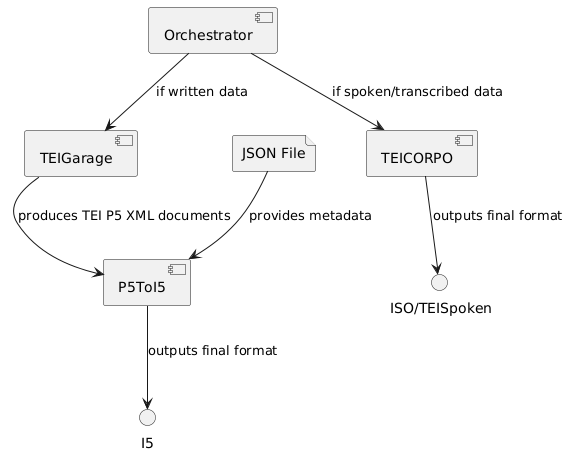
The PlantUML diagram images/Grafik_UML.png in TEIWrLD/TEIWorLD, before a commit. The source it was exported from:
```plantuml
@startuml
!define componentStyle rect

component "Orchestrator" as Orchestrator
component "TEIGarage" as TEIGarage
component "P5ToI5" as P5ToI5
component "TEICORPO" as TEICORPO
file "JSON File" as Metadata

Orchestrator --> TEIGarage : if written data
Orchestrator --> TEICORPO : if spoken/transcribed data

TEIGarage --> P5ToI5 : produces TEI P5 XML documents
Metadata --> P5ToI5 : provides metadata

P5ToI5 --> "I5" : outputs final format
TEICORPO --> " ISO/TEISpoken" : outputs final format
@enduml
```
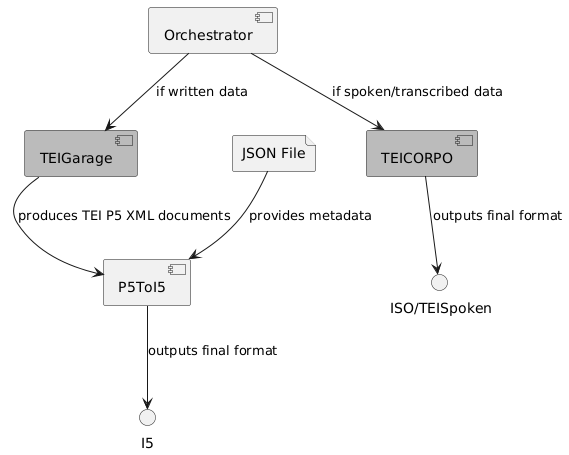
Later version of the same file.

Change to the diagram source:
```diff
@@ -2,9 +2,9 @@
 !define componentStyle rect
 
 component "Orchestrator" as Orchestrator
-component "TEIGarage" as TEIGarage
+component "TEIGarage" as TEIGarage #BBBBBB
 component "P5ToI5" as P5ToI5
-component "TEICORPO" as TEICORPO
+component "TEICORPO" as TEICORPO #BBBBBB
 file "JSON File" as Metadata
 
 Orchestrator --> TEIGarage : if written data
```
